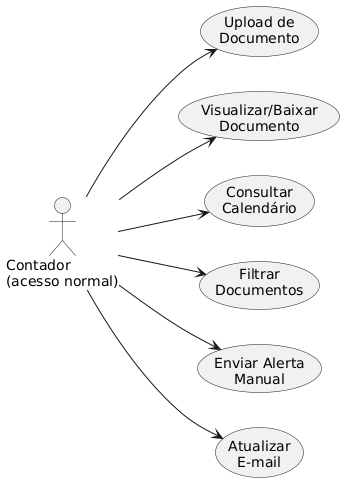
The PlantUML diagram diagrams/contadornormal.png in edsonpolucena/CatolicaSC-Porfolio, before a commit. Source of this version:
```plantuml
@startuml
left to right direction
actor "Contador\n(acesso normal)" as CN

usecase UC1 as "Upload de\nDocumento"
usecase UC2 as "Visualizar/Baixar\nDocumento"
usecase UC4 as "Consultar\nCalendário"
usecase UC5 as "Filtrar\nDocumentos"
usecase UC6 as "Enviar Alerta\nManual"
usecase UC8 as "Atualizar\nE-mail"

CN --> UC1
CN --> UC2
CN --> UC4
CN --> UC5
CN --> UC6
CN --> UC8
@enduml
```
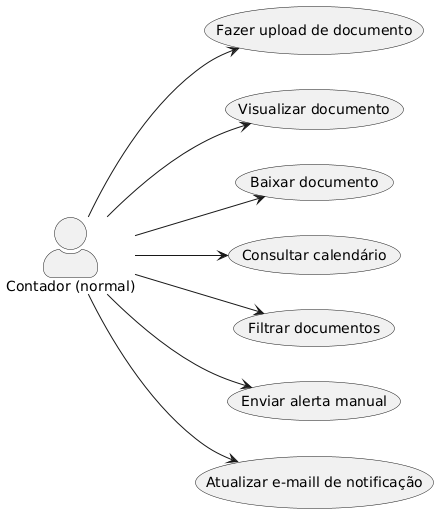
Above is the later version.

What changed in the source:
```diff
@@ -1,18 +1,22 @@
 @startuml
 left to right direction
-actor "Contador\n(acesso normal)" as CN
+skinparam actorStyle awesome
 
-usecase UC1 as "Upload de\nDocumento"
-usecase UC2 as "Visualizar/Baixar\nDocumento"
-usecase UC4 as "Consultar\nCalendário"
-usecase UC5 as "Filtrar\nDocumentos"
-usecase UC6 as "Enviar Alerta\nManual"
-usecase UC8 as "Atualizar\nE-mail"
+actor "Contador (normal)" as ContadorNormal
 
-CN --> UC1
-CN --> UC2
-CN --> UC4
-CN --> UC5
-CN --> UC6
-CN --> UC8
+usecase UC_Upload      as "Fazer upload de documento"
+usecase UC_Visualizar  as "Visualizar documento"
+usecase UC_Baixar      as "Baixar documento"
+usecase UC_Consultar   as "Consultar calendário"
+usecase UC_Filtrar     as "Filtrar documentos"
+usecase UC_Enviar     as "Enviar alerta manual"
+usecase UC_Atualizar     as "Atualizar e-maill de notificação"
+
+ContadorNormal --> UC_Upload
+ContadorNormal --> UC_Visualizar
+ContadorNormal --> UC_Baixar
+ContadorNormal --> UC_Consultar
+ContadorNormal --> UC_Filtrar
+ContadorNormal --> UC_Enviar
+ContadorNormal --> UC_Atualizar
 @enduml
```
